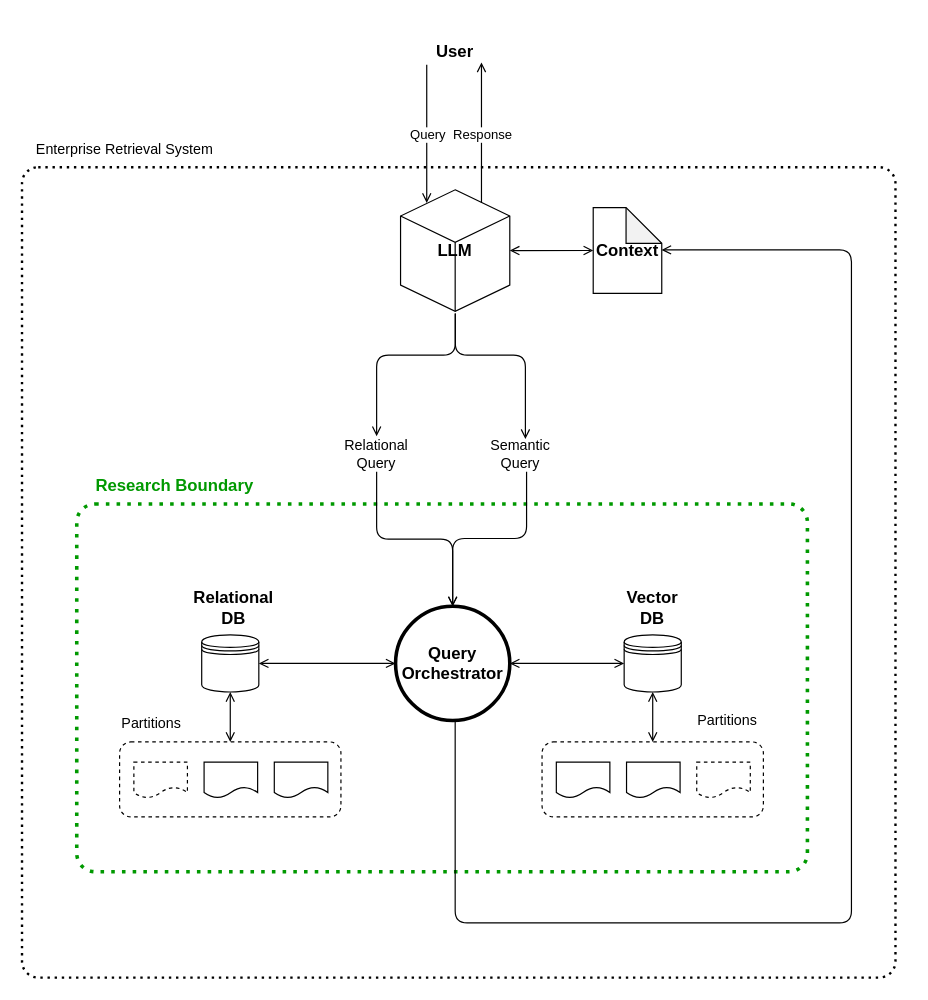
Before: page "Research Boundary" (1 of 3) of report/diagrams/diagrams.drawio in devangcx/distributed-retrieval, a draw.io diagram. Source tidied: cells renumbered, new cells numbered last; positions are measured from the earlier drawing's top-left corner, leaving out a move shared by most shapes. Both pictures are drawn from the tidied source at 119%, with x=0, y=0 at pixel (21, 33).
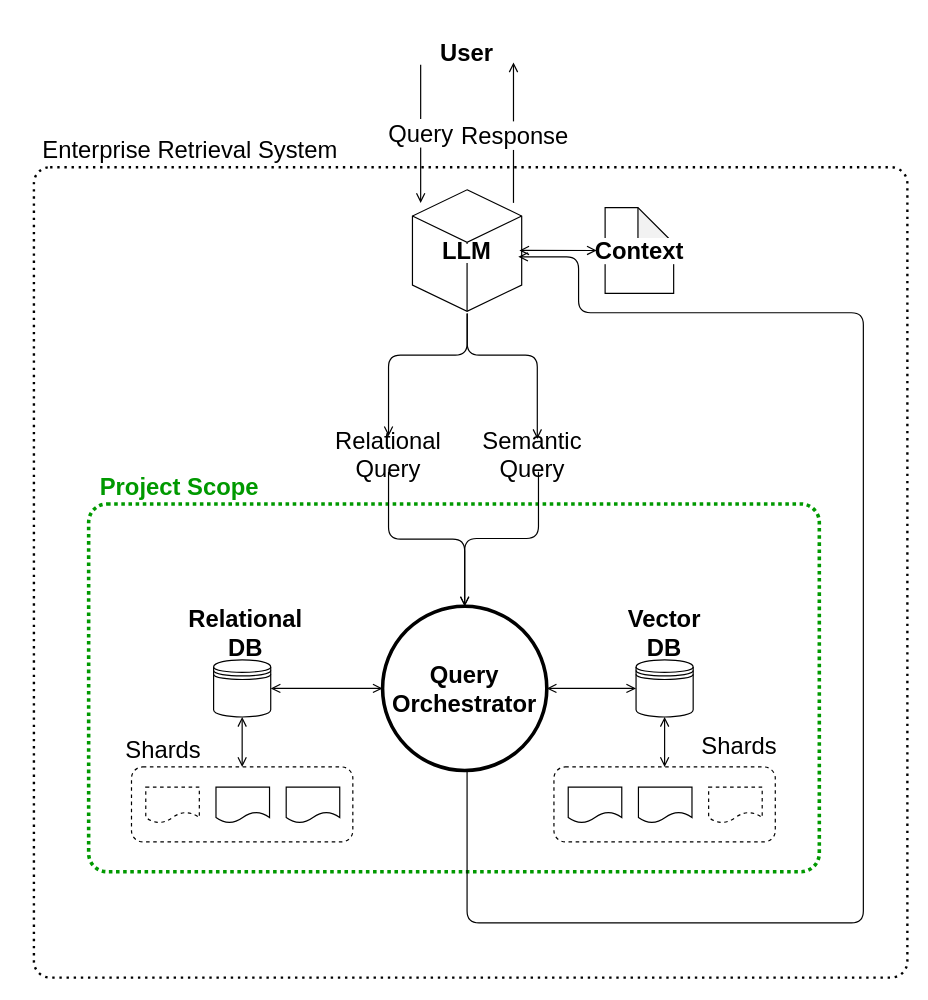
The same diagram, later.

Commit message (it also covers changes not shown here):
chore: update report and diagrams

The edit, as a diff of the source:
```diff
@@
     <mxCell id="2" style="rounded=1;whiteSpace=wrap;html=1;strokeColor=light-dark(#000000,#000000);strokeWidth=2;dashed=1;dashPattern=1 2;arcSize=2;" parent="1" vertex="1">
-      <mxGeometry y="112" width="734" height="681" as="geometry" />
+      <mxGeometry x="10" y="112" width="734" height="681" as="geometry" />
     </mxCell>
-    <mxCell id="3" style="rounded=1;whiteSpace=wrap;html=1;strokeColor=#009900;strokeWidth=3;dashed=1;dashPattern=1 2;arcSize=5;" parent="1" vertex="1">
-      <mxGeometry x="46" y="395" width="614" height="309" as="geometry" />
+    <mxCell id="3" style="rounded=1;whiteSpace=wrap;html=1;strokeColor=#009900;strokeWidth=3;arcSize=5;dashed=1;dashPattern=1 1;" parent="1" vertex="1">
+      <mxGeometry x="56" y="395" width="614" height="309" as="geometry" />
     </mxCell>
-    <mxCell id="4" value="&lt;h3&gt;User&lt;/h3&gt;" style="text;html=1;whiteSpace=wrap;strokeColor=none;fillColor=none;align=center;verticalAlign=middle;rounded=0;" parent="1" vertex="1">
-      <mxGeometry x="334" width="60" height="30" as="geometry" />
+    <mxCell id="4" value="&lt;h3&gt;&lt;font style=&quot;font-size: 20px;&quot;&gt;User&lt;/font&gt;&lt;/h3&gt;" style="text;html=1;whiteSpace=wrap;strokeColor=none;fillColor=none;align=center;verticalAlign=middle;rounded=0;" parent="1" vertex="1">
+      <mxGeometry x="344" width="60" height="30" as="geometry" />
     </mxCell>
     <mxCell id="5" style="edgeStyle=orthogonalEdgeStyle;rounded=1;jettySize=auto;html=1;entryX=0.5;entryY=0;entryDx=0;entryDy=0;curved=0;endArrow=open;endFill=0;" parent="1" edge="1" target="7">
       <mxGeometry relative="1" as="geometry">
-        <mxPoint x="364.1" y="235" as="sourcePoint" />
+        <mxPoint x="374.1" y="235" as="sourcePoint" />
         <Array as="points">
-          <mxPoint x="364" y="270" />
-          <mxPoint x="298" y="270" />
+          <mxPoint x="374" y="270" />
+          <mxPoint x="308" y="270" />
         </Array>
       </mxGeometry>
     </mxCell>
-    <mxCell id="6" value="&lt;h3&gt;LLM&lt;/h3&gt;" style="html=1;whiteSpace=wrap;shape=isoCube2;backgroundOutline=1;isoAngle=15;strokeColor=light-dark(#000000,#000000);" parent="1" vertex="1">
-      <mxGeometry x="318.1" y="131" width="91.8" height="102.1" as="geometry" />
+    <mxCell id="6" value="&lt;h3&gt;&lt;span style=&quot;background-color: light-dark(#ffffff, var(--ge-dark-color, #121212));&quot;&gt;&lt;font style=&quot;font-size: 20px;&quot;&gt;LLM&lt;/font&gt;&lt;/span&gt;&lt;/h3&gt;" style="html=1;whiteSpace=wrap;shape=isoCube2;backgroundOutline=1;isoAngle=15;strokeColor=light-dark(#000000,#000000);" parent="1" vertex="1">
+      <mxGeometry x="328.1" y="131" width="91.8" height="102.1" as="geometry" />
     </mxCell>
-    <mxCell id="7" value="Relational Query" style="text;html=1;whiteSpace=wrap;strokeColor=none;fillColor=none;align=center;verticalAlign=middle;rounded=0;" parent="1" vertex="1">
-      <mxGeometry x="268" y="338" width="60" height="30" as="geometry" />
+    <mxCell id="7" value="&lt;font style=&quot;font-size: 20px;&quot;&gt;Relational Query&lt;/font&gt;" style="text;html=1;whiteSpace=wrap;strokeColor=none;fillColor=none;align=center;verticalAlign=middle;rounded=0;" parent="1" vertex="1">
+      <mxGeometry x="278" y="338" width="60" height="30" as="geometry" />
     </mxCell>
     <mxCell id="8" style="edgeStyle=orthogonalEdgeStyle;rounded=1;jettySize=auto;html=1;entryX=0.5;entryY=0;entryDx=0;entryDy=0;curved=0;endArrow=open;endFill=0;" parent="1" edge="1" source="9" target="27">
       <mxGeometry relative="1" as="geometry">
         <Array as="points">
-          <mxPoint x="424" y="424" />
-          <mxPoint x="362" y="424" />
+          <mxPoint x="434" y="424" />
+          <mxPoint x="372" y="424" />
         </Array>
       </mxGeometry>
     </mxCell>
-    <mxCell id="9" value="Semantic Query" style="text;html=1;whiteSpace=wrap;strokeColor=none;fillColor=none;align=center;verticalAlign=middle;rounded=0;" parent="1" vertex="1">
-      <mxGeometry x="389" y="338" width="60" height="30" as="geometry" />
+    <mxCell id="9" value="&lt;font style=&quot;font-size: 20px;&quot;&gt;Semantic Query&lt;/font&gt;" style="text;html=1;whiteSpace=wrap;strokeColor=none;fillColor=none;align=center;verticalAlign=middle;rounded=0;" parent="1" vertex="1">
+      <mxGeometry x="399" y="338" width="60" height="30" as="geometry" />
     </mxCell>
-    <mxCell id="10" value="&lt;h3&gt;Relational DB&lt;/h3&gt;" style="text;html=1;whiteSpace=wrap;strokeColor=none;fillColor=none;align=center;verticalAlign=middle;rounded=0;" parent="1" vertex="1">
-      <mxGeometry x="148" y="467" width="60" height="30" as="geometry" />
+    <mxCell id="10" value="&lt;h3&gt;&lt;font style=&quot;font-size: 20px;&quot;&gt;Relational DB&lt;/font&gt;&lt;/h3&gt;" style="text;html=1;whiteSpace=wrap;strokeColor=none;fillColor=none;align=center;verticalAlign=middle;rounded=0;" parent="1" vertex="1">
+      <mxGeometry x="158" y="488" width="60" height="30" as="geometry" />
     </mxCell>
@@
     <mxCell id="12" style="shape=datastore;whiteSpace=wrap;html=1;" parent="1" vertex="1">
-      <mxGeometry x="506" y="505" width="48" height="48" as="geometry" />
+      <mxGeometry x="516" y="526" width="48" height="48" as="geometry" />
     </mxCell>
     <mxCell id="13" style="group;" parent="1" vertex="1">
-      <mxGeometry x="437" y="595" width="186" height="63" as="geometry" />
+      <mxGeometry x="447" y="616" width="186" height="63" as="geometry" />
     </mxCell>
@@
     <mxCell id="19" style="shape=datastore;whiteSpace=wrap;html=1;" parent="1" vertex="1">
-      <mxGeometry x="151" y="505" width="48" height="48" as="geometry" />
+      <mxGeometry x="161" y="526" width="48" height="48" as="geometry" />
     </mxCell>
     <mxCell id="20" style="group;" parent="1" vertex="1">
-      <mxGeometry x="82" y="595" width="186" height="63" as="geometry" />
+      <mxGeometry x="92" y="616" width="186" height="63" as="geometry" />
     </mxCell>
@@
     <mxCell id="25" style="edgeStyle=orthogonalEdgeStyle;rounded=1;jettySize=auto;html=1;entryX=0.567;entryY=0.081;entryDx=0;entryDy=0;entryPerimeter=0;curved=0;endArrow=open;endFill=0;" parent="1" edge="1" target="9">
       <mxGeometry relative="1" as="geometry">
-        <mxPoint x="364.1" y="235" as="sourcePoint" />
+        <mxPoint x="374.1" y="235" as="sourcePoint" />
         <Array as="points">
-          <mxPoint x="364" y="270" />
-          <mxPoint x="423" y="270" />
+          <mxPoint x="374" y="270" />
+          <mxPoint x="433" y="270" />
         </Array>
       </mxGeometry>
     </mxCell>
@@
-    <mxCell id="27" value="&lt;h3&gt;Query Orchestrator&lt;/h3&gt;" style="ellipse;whiteSpace=wrap;html=1;strokeWidth=3;" parent="1" vertex="1">
-      <mxGeometry x="313.9" y="481" width="96" height="96" as="geometry" />
+    <mxCell id="27" value="&lt;h3&gt;&lt;font style=&quot;font-size: 20px;&quot;&gt;Query Orchestrator&lt;/font&gt;&lt;/h3&gt;" style="ellipse;whiteSpace=wrap;html=1;strokeWidth=3;" parent="1" vertex="1">
+      <mxGeometry x="303" y="481" width="138" height="138" as="geometry" />
     </mxCell>
@@
-    <mxCell id="29" style="edgeStyle=orthogonalEdgeStyle;rounded=1;jettySize=auto;html=1;curved=0;entryX=0.996;entryY=0.493;entryDx=0;entryDy=0;entryPerimeter=0;endArrow=open;endFill=0;" parent="1" edge="1" source="27" target="38">
+    <mxCell id="29" style="edgeStyle=orthogonalEdgeStyle;rounded=1;jettySize=auto;html=1;curved=0;endArrow=open;endFill=0;entryX=0.969;entryY=0.552;entryDx=0;entryDy=0;entryPerimeter=0;" parent="1" edge="1" source="27" target="6">
       <mxGeometry relative="1" as="geometry">
         <Array as="points">
-          <mxPoint x="364" y="747" />
-          <mxPoint x="697" y="747" />
-          <mxPoint x="697" y="181" />
+          <mxPoint x="374" y="747" />
+          <mxPoint x="707" y="747" />
+          <mxPoint x="707" y="234.3" />
+          <mxPoint x="467.7" y="234.3" />
+          <mxPoint x="467.7" y="187.3" />
         </Array>
       </mxGeometry>
     </mxCell>
     <mxCell id="30" style="endArrow=open;html=1;rounded=0;endFill=0;" parent="1" edge="1">
       <mxGeometry relative="1" as="geometry">
-        <mxPoint x="340.1" y="26" as="sourcePoint" />
-        <mxPoint x="340.1" y="142" as="targetPoint" />
+        <mxPoint x="335" y="26" as="sourcePoint" />
+        <mxPoint x="335" y="142" as="targetPoint" />
       </mxGeometry>
     </mxCell>
-    <mxCell id="31" value="Query" style="edgeLabel;html=1;align=center;verticalAlign=middle;" parent="30" vertex="1">
-      <mxGeometry relative="1" as="geometry" />
+    <mxCell id="31" value="&lt;font style=&quot;font-size: 20px;&quot;&gt;Query&lt;/font&gt;" style="edgeLabel;html=1;align=center;verticalAlign=middle;" parent="30" vertex="1">
+      <mxGeometry relative="1" as="geometry">
+        <mxPoint x="-1" y="-2" as="offset" />
+      </mxGeometry>
     </mxCell>
     <mxCell id="32" style="endArrow=open;html=1;rounded=0;endFill=0;" parent="1" edge="1">
       <mxGeometry relative="1" as="geometry">
-        <mxPoint x="386.1" y="142" as="sourcePoint" />
-        <mxPoint x="386.1" y="24" as="targetPoint" />
+        <mxPoint x="413" y="142" as="sourcePoint" />
+        <mxPoint x="413" y="24" as="targetPoint" />
       </mxGeometry>
     </mxCell>
-    <mxCell id="33" value="Response" style="edgeLabel;html=1;align=center;verticalAlign=middle;" parent="32" vertex="1">
+    <mxCell id="33" value="&lt;font style=&quot;font-size: 20px;&quot;&gt;Response&lt;/font&gt;" style="edgeLabel;html=1;align=center;verticalAlign=middle;" parent="32" vertex="1">
       <mxGeometry relative="1" as="geometry">
         <mxPoint y="1" as="offset" />
       </mxGeometry>
     </mxCell>
@@
-    <mxCell id="35" value="&lt;h3&gt;Vector&lt;br&gt;DB&lt;/h3&gt;" style="text;html=1;whiteSpace=wrap;strokeColor=none;fillColor=none;align=center;verticalAlign=middle;rounded=0;" parent="1" vertex="1">
-      <mxGeometry x="500" y="467" width="60" height="30" as="geometry" />
+    <mxCell id="35" value="&lt;h3&gt;&lt;font style=&quot;font-size: 20px;&quot;&gt;Vector&lt;br&gt;DB&lt;/font&gt;&lt;/h3&gt;" style="text;html=1;whiteSpace=wrap;strokeColor=none;fillColor=none;align=center;verticalAlign=middle;rounded=0;" parent="1" vertex="1">
+      <mxGeometry x="510" y="488" width="60" height="30" as="geometry" />
     </mxCell>
-    <mxCell id="36" value="Partitions" style="text;html=1;whiteSpace=wrap;strokeColor=none;fillColor=none;align=center;verticalAlign=middle;rounded=0;" parent="1" vertex="1">
-      <mxGeometry x="79" y="565" width="60" height="30" as="geometry" />
+    <mxCell id="36" value="&lt;font style=&quot;font-size: 20px;&quot;&gt;Shards&lt;/font&gt;" style="text;html=1;whiteSpace=wrap;strokeColor=none;fillColor=none;align=center;verticalAlign=middle;rounded=0;" parent="1" vertex="1">
+      <mxGeometry x="89" y="586" width="60" height="30" as="geometry" />
     </mxCell>
-    <mxCell id="37" value="Partitions" style="text;html=1;whiteSpace=wrap;strokeColor=none;fillColor=none;align=center;verticalAlign=middle;rounded=0;" parent="1" vertex="1">
-      <mxGeometry x="563" y="562" width="60" height="30" as="geometry" />
+    <mxCell id="37" value="&lt;font style=&quot;font-size: 20px;&quot;&gt;Shards&lt;/font&gt;" style="text;html=1;whiteSpace=wrap;strokeColor=none;fillColor=none;align=center;verticalAlign=middle;rounded=0;" parent="1" vertex="1">
+      <mxGeometry x="573" y="583" width="60" height="30" as="geometry" />
     </mxCell>
-    <mxCell id="38" value="&lt;h3&gt;Context&lt;/h3&gt;" style="shape=note;whiteSpace=wrap;html=1;backgroundOutline=1;darkOpacity=0.05;" parent="1" vertex="1">
-      <mxGeometry x="480" y="146" width="57.6" height="72" as="geometry" />
+    <mxCell id="38" value="&lt;h3&gt;&lt;font style=&quot;font-size: 20px; background-color: light-dark(#ffffff, var(--ge-dark-color, #121212));&quot;&gt;Context&lt;/font&gt;&lt;/h3&gt;" style="shape=note;whiteSpace=wrap;html=1;backgroundOutline=1;darkOpacity=0.05;" parent="1" vertex="1">
+      <mxGeometry x="490" y="146" width="57.6" height="72" as="geometry" />
     </mxCell>
-    <mxCell id="39" style="endArrow=open;startArrow=open;html=1;rounded=0;entryX=0;entryY=0.5;entryDx=0;entryDy=0;entryPerimeter=0;exitX=1;exitY=0.5;exitDx=0;exitDy=0;exitPerimeter=0;endFill=0;startFill=0;" parent="1" edge="1" source="6" target="38">
-      <mxGeometry relative="1" as="geometry" />
+    <mxCell id="39" style="endArrow=open;startArrow=open;html=1;rounded=0;exitX=0.979;exitY=0.499;exitDx=0;exitDy=0;exitPerimeter=0;endFill=0;startFill=0;" parent="1" edge="1" source="6">
+      <mxGeometry relative="1" as="geometry">
+        <mxPoint x="482.9" y="182" as="targetPoint" />
+      </mxGeometry>
     </mxCell>
-    <mxCell id="40" value="&lt;h3&gt;Research Boundary&lt;/h3&gt;" style="text;html=1;whiteSpace=wrap;strokeColor=none;fillColor=none;align=center;verticalAlign=middle;rounded=0;fontColor=light-dark(#009900, #ededed);" parent="1" vertex="1">
-      <mxGeometry x="53" y="365" width="151" height="30" as="geometry" />
+    <mxCell id="40" value="&lt;h3&gt;&lt;font style=&quot;font-size: 20px;&quot;&gt;Project Scope&lt;/font&gt;&lt;/h3&gt;" style="text;html=1;whiteSpace=wrap;strokeColor=none;fillColor=none;align=center;verticalAlign=middle;rounded=0;fontColor=light-dark(#009900, #ededed);" parent="1" vertex="1">
+      <mxGeometry x="34" y="365" width="197" height="30" as="geometry" />
     </mxCell>
-    <mxCell id="41" value="&lt;span style=&quot;color: light-dark(rgb(0, 0, 0), rgb(0, 0, 0));&quot;&gt;Enterprise Retrieval System&lt;/span&gt;" style="text;html=1;whiteSpace=wrap;strokeColor=none;fillColor=none;align=center;verticalAlign=middle;rounded=0;fontColor=light-dark(#009900, #ededed);" parent="1" vertex="1">
-      <mxGeometry y="82" width="173" height="30" as="geometry" />
+    <mxCell id="41" value="&lt;span style=&quot;color: light-dark(rgb(0, 0, 0), rgb(0, 0, 0));&quot;&gt;&lt;font style=&quot;font-size: 20px;&quot;&gt;Enterprise Retrieval System&lt;/font&gt;&lt;/span&gt;" style="text;html=1;whiteSpace=wrap;strokeColor=none;fillColor=none;align=center;verticalAlign=middle;rounded=0;fontColor=light-dark(#009900, #ededed);" parent="1" vertex="1">
+      <mxGeometry x="10" y="82" width="263" height="30" as="geometry" />
     </mxCell>
```
